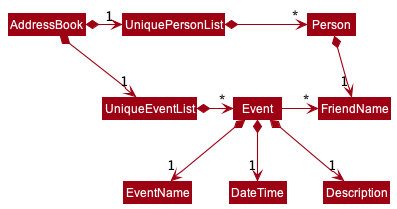
nus-cs2103-AY2122S2/tp keeps this PlantUML diagram as docs/images/EventPersonRelationshipClassDiagram.png. Above is the earlier version.
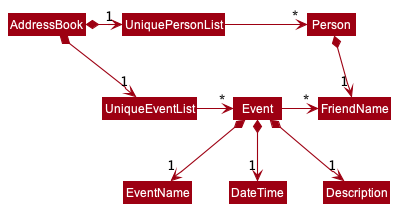
The same diagram one commit later.

Commit message:
Fix bug in UML diagram

What changed in the source:
```diff
@@ -9,10 +9,10 @@
 UniquePersonList -[hidden]down- UniqueEventList
 UniquePersonList -[hidden]down- UniqueEventList
 
-UniquePersonList *-right-> "*" Person
+UniquePersonList -right-> "*" Person
 Person *-> "1" FriendName
 
-UniqueEventList *-right-> "*" Event
+UniqueEventList -right-> "*" Event
 
 Event -right-> "*" FriendName
 
```
